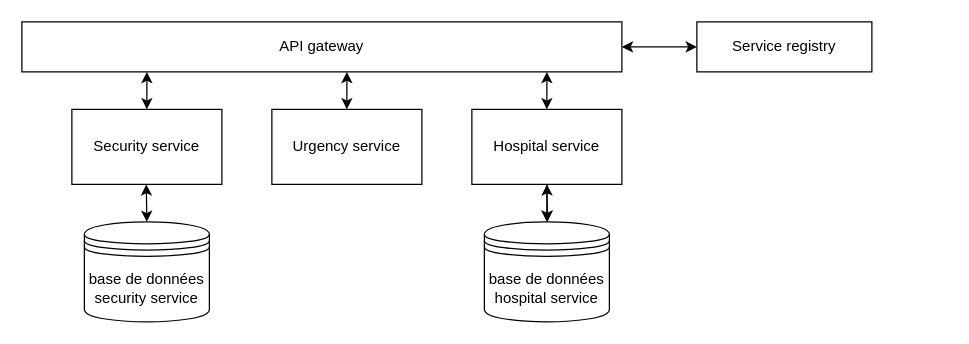
Earlier version of the draw.io diagram MedHead firstfruit reflexion(9).drawio (cjour/audit_logistics). Source tidied: cells renumbered, new cells numbered last; positions are measured from the earlier drawing's top-left corner, leaving out a move shared by most shapes. Both pictures are drawn from the tidied source at 125%, with x=0, y=0 at pixel (21, 21).
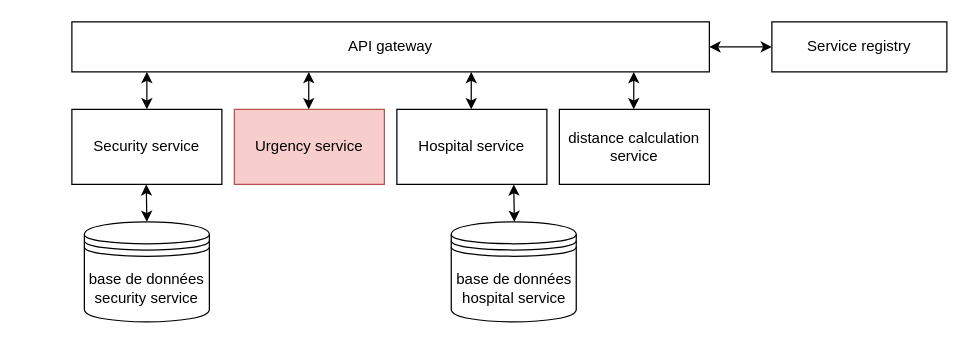
The same page after the edit.

Commit message:
Mettre à jour MedHead firstfruit reflexion(9).drawio

What changed in the source:
```diff
@@
     <mxCell id="2" value="&lt;div&gt;API gateway&lt;/div&gt;" style="rounded=0;whiteSpace=wrap;html=1;" parent="1" vertex="1">
-      <mxGeometry width="480" height="40" as="geometry" />
+      <mxGeometry x="40" width="510" height="40" as="geometry" />
     </mxCell>
-    <mxCell id="3" style="edgeStyle=orthogonalEdgeStyle;rounded=0;jettySize=auto;html=1;" parent="1" edge="1" source="4" target="14">
-      <mxGeometry relative="1" as="geometry" />
-    </mxCell>
     <mxCell id="4" value="Hospital service" style="rounded=0;whiteSpace=wrap;html=1;" parent="1" vertex="1">
-      <mxGeometry x="360" y="70" width="120" height="60" as="geometry" />
+      <mxGeometry x="300" y="70" width="120" height="60" as="geometry" />
     </mxCell>
@@
     <mxCell id="6" value="Service registry" style="rounded=0;whiteSpace=wrap;html=1;" parent="1" vertex="1">
-      <mxGeometry x="540" width="140" height="40" as="geometry" />
+      <mxGeometry x="600" width="140" height="40" as="geometry" />
     </mxCell>
@@
-    <mxCell id="8" style="endArrow=classic;html=1;rounded=0;entryX=0.5;entryY=0;entryDx=0;entryDy=0;exitX=0.875;exitY=1;exitDx=0;exitDy=0;exitPerimeter=0;startArrow=classic;startFill=1;" parent="1" edge="1" source="2" target="4">
-      <mxGeometry relative="1" as="geometry" />
-    </mxCell>
@@
-    <mxCell id="10" value="Urgency service" style="rounded=0;whiteSpace=wrap;html=1;" parent="1" vertex="1">
-      <mxGeometry x="200" y="70" width="120" height="60" as="geometry" />
+    <mxCell id="10" value="Urgency service" style="rounded=0;whiteSpace=wrap;html=1;fillColor=#f8cecc;strokeColor=#b85450;" parent="1" vertex="1">
+      <mxGeometry x="170" y="70" width="120" height="60" as="geometry" />
     </mxCell>
-    <mxCell id="11" style="endArrow=classic;html=1;rounded=0;entryX=0.5;entryY=0;entryDx=0;entryDy=0;exitX=0.875;exitY=1;exitDx=0;exitDy=0;exitPerimeter=0;startArrow=classic;startFill=1;" parent="1" edge="1" target="10">
-      <mxGeometry relative="1" as="geometry">
-        <mxPoint x="260" y="40" as="sourcePoint" />
-      </mxGeometry>
-    </mxCell>
     <mxCell id="12" style="endArrow=classic;html=1;rounded=0;exitX=0.875;exitY=1;exitDx=0;exitDy=0;exitPerimeter=0;startArrow=classic;startFill=1;" parent="1" edge="1">
       <mxGeometry relative="1" as="geometry">
-        <mxPoint x="420" y="130" as="sourcePoint" />
-        <mxPoint x="420.5" y="160" as="targetPoint" />
+        <mxPoint x="393.5" y="130" as="sourcePoint" />
+        <mxPoint x="394" y="160" as="targetPoint" />
       </mxGeometry>
     </mxCell>
@@
     <mxCell id="14" value="base de données hospital service" style="shape=datastore;whiteSpace=wrap;html=1;" parent="1" vertex="1">
-      <mxGeometry x="370" y="160" width="100" height="80" as="geometry" />
+      <mxGeometry x="343.5" y="160" width="100" height="80" as="geometry" />
     </mxCell>
@@
+    <mxCell id="16" value="distance calculation service" style="rounded=0;whiteSpace=wrap;html=1;" parent="1" vertex="1">
+      <mxGeometry x="430" y="70" width="120" height="60" as="geometry" />
+    </mxCell>
+    <mxCell id="17" style="endArrow=classic;html=1;rounded=0;entryX=0.5;entryY=0;entryDx=0;entryDy=0;startArrow=classic;startFill=1;" parent="1" edge="1">
+      <mxGeometry relative="1" as="geometry">
+        <mxPoint x="229.5" y="40" as="sourcePoint" />
+        <mxPoint x="229.5" y="70" as="targetPoint" />
+      </mxGeometry>
+    </mxCell>
+    <mxCell id="18" style="endArrow=classic;html=1;rounded=0;entryX=0.5;entryY=0;entryDx=0;entryDy=0;startArrow=classic;startFill=1;" parent="1" edge="1">
+      <mxGeometry relative="1" as="geometry">
+        <mxPoint x="359.5" y="40" as="sourcePoint" />
+        <mxPoint x="359.5" y="70" as="targetPoint" />
+      </mxGeometry>
+    </mxCell>
+    <mxCell id="19" style="endArrow=classic;html=1;rounded=0;entryX=0.5;entryY=0;entryDx=0;entryDy=0;startArrow=classic;startFill=1;" parent="1" edge="1">
+      <mxGeometry relative="1" as="geometry">
+        <mxPoint x="489.5" y="40" as="sourcePoint" />
+        <mxPoint x="489.5" y="70" as="targetPoint" />
+      </mxGeometry>
+    </mxCell>
```
